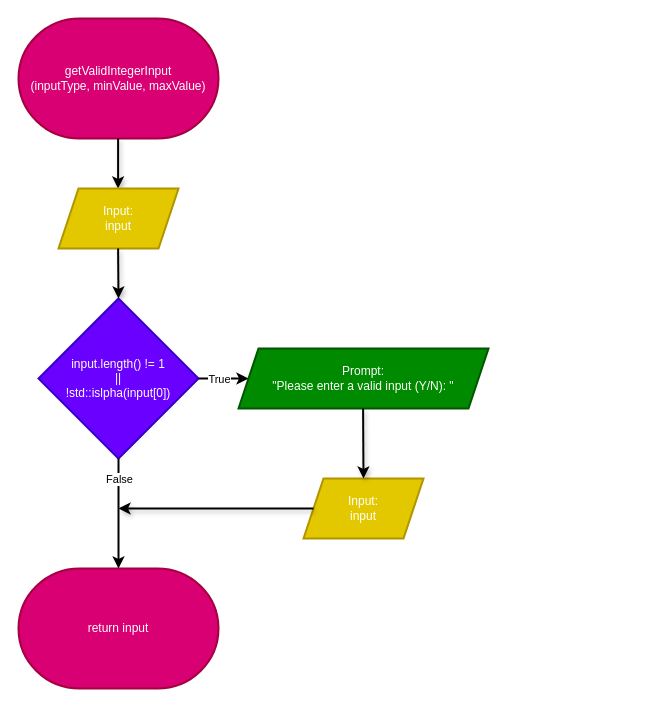
Before: Flowcharts (draw.io)/07. getValidIntegerInput.drawio in shahxvi/csc126-group-project, a draw.io diagram. Source tidied: cells renumbered, new cells numbered last; positions are measured from the earlier drawing's top-left corner, leaving out a move shared by most shapes. Both pictures are drawn from the tidied source at 100%, with x=0, y=0 at pixel (18, 18).
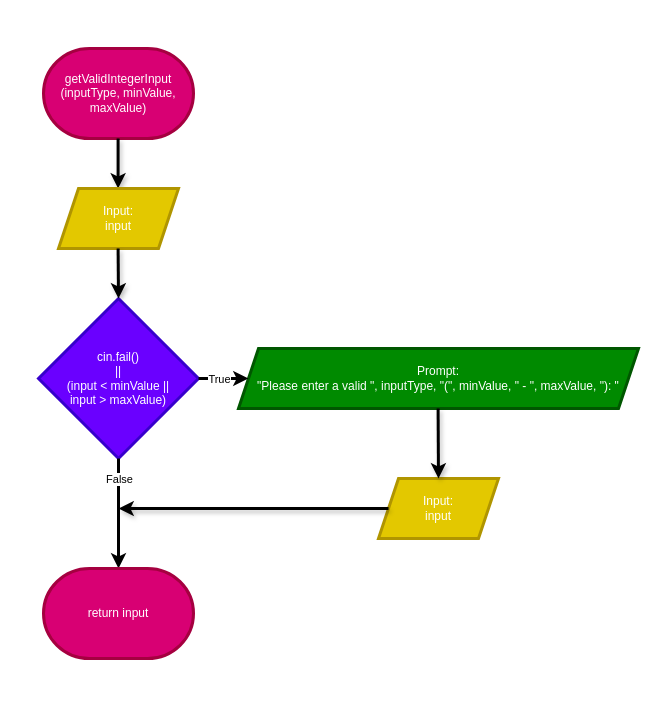
After the change.

Diff of the diagram source:
```diff
@@
-    <mxCell id="2" value="getValidIntegerInput&lt;br&gt;(inputType, minValue, maxValue)" style="strokeWidth=2;html=1;shape=mxgraph.flowchart.terminator;whiteSpace=wrap;fillColor=#d80073;fontColor=#ffffff;strokeColor=#A50040;" parent="1" vertex="1">
-      <mxGeometry width="200" height="120" as="geometry" />
+    <mxCell id="2" value="getValidIntegerInput (inputType, minValue, maxValue)" style="strokeWidth=3;html=1;shape=mxgraph.flowchart.terminator;whiteSpace=wrap;fillColor=#d80073;fontColor=#ffffff;strokeColor=#A50040;" parent="1" vertex="1">
+      <mxGeometry x="25" y="30" width="150" height="90" as="geometry" />
     </mxCell>
-    <mxCell id="3" style="edgeStyle=none;html=1;strokeWidth=2;shadow=1;textShadow=1;spacing=2;" parent="1" edge="1">
+    <mxCell id="3" style="edgeStyle=none;html=1;strokeWidth=3;shadow=1;textShadow=1;spacing=2;" parent="1" edge="1">
       <mxGeometry relative="1" as="geometry">
         <mxPoint x="99.6" y="120" as="sourcePoint" />
         <mxPoint x="99.6" y="170" as="targetPoint" />
       </mxGeometry>
     </mxCell>
-    <mxCell id="4" value="Input:&lt;br&gt;input" style="shape=parallelogram;perimeter=parallelogramPerimeter;whiteSpace=wrap;html=1;fixedSize=1;strokeWidth=2;fillColor=#e3c800;fontColor=#FFFFFF;strokeColor=#B09500;" parent="1" vertex="1">
+    <mxCell id="4" value="Input:&lt;br&gt;input" style="shape=parallelogram;perimeter=parallelogramPerimeter;whiteSpace=wrap;html=1;fixedSize=1;strokeWidth=3;fillColor=#e3c800;fontColor=#FFFFFF;strokeColor=#B09500;" parent="1" vertex="1">
       <mxGeometry x="40" y="170" width="120" height="60" as="geometry" />
     </mxCell>
-    <mxCell id="5" value="input.length() != 1&lt;br&gt;||&lt;br&gt;!std::islpha(input[0])" style="rhombus;whiteSpace=wrap;html=1;strokeWidth=2;fillColor=#6a00ff;fontColor=#ffffff;strokeColor=#3700CC;" parent="1" vertex="1">
+    <mxCell id="5" value="cin.fail()&lt;br&gt;||&lt;br&gt;(input &amp;lt; minValue ||&lt;br&gt;input &amp;gt; maxValue)" style="rhombus;whiteSpace=wrap;html=1;strokeWidth=3;fillColor=#6a00ff;fontColor=#ffffff;strokeColor=#3700CC;" parent="1" vertex="1">
       <mxGeometry x="20" y="280" width="160" height="160" as="geometry" />
     </mxCell>
-    <mxCell id="6" value="Prompt:&lt;br&gt;&quot;Please enter a valid input (Y/N): &quot;" style="shape=parallelogram;perimeter=parallelogramPerimeter;whiteSpace=wrap;html=1;fixedSize=1;strokeWidth=2;fillColor=#008a00;fontColor=#ffffff;strokeColor=#005700;" parent="1" vertex="1">
-      <mxGeometry x="220" y="330" width="250" height="60" as="geometry" />
+    <mxCell id="6" value="Prompt:&lt;br&gt;&quot;Please enter a valid &quot;, inputType, &quot;(&quot;, minValue, &quot; - &quot;, maxValue, &quot;): &quot;" style="shape=parallelogram;perimeter=parallelogramPerimeter;whiteSpace=wrap;html=1;fixedSize=1;strokeWidth=3;fillColor=#008a00;fontColor=#ffffff;strokeColor=#005700;" parent="1" vertex="1">
+      <mxGeometry x="220" y="330" width="400" height="60" as="geometry" />
     </mxCell>
-    <mxCell id="7" value="Input:&lt;br&gt;input" style="shape=parallelogram;perimeter=parallelogramPerimeter;whiteSpace=wrap;html=1;fixedSize=1;strokeWidth=2;fillColor=#e3c800;fontColor=#FFFFFF;strokeColor=#B09500;" parent="1" vertex="1">
-      <mxGeometry x="285" y="460" width="120" height="60" as="geometry" />
+    <mxCell id="7" value="Input:&lt;br&gt;input" style="shape=parallelogram;perimeter=parallelogramPerimeter;whiteSpace=wrap;html=1;fixedSize=1;strokeWidth=3;fillColor=#e3c800;fontColor=#FFFFFF;strokeColor=#B09500;" parent="1" vertex="1">
+      <mxGeometry x="360" y="460" width="120" height="60" as="geometry" />
     </mxCell>
-    <mxCell id="8" style="edgeStyle=none;html=1;strokeWidth=2;shadow=1;textShadow=1;spacing=2;entryX=0.5;entryY=0;entryDx=0;entryDy=0;" parent="1" edge="1" target="7">
+    <mxCell id="8" style="edgeStyle=none;html=1;strokeWidth=3;shadow=1;textShadow=1;spacing=2;entryX=0.5;entryY=0;entryDx=0;entryDy=0;" parent="1" edge="1" target="7">
       <mxGeometry relative="1" as="geometry">
-        <mxPoint x="344.6" y="390" as="sourcePoint" />
+        <mxPoint x="419.6" y="390" as="sourcePoint" />
       </mxGeometry>
     </mxCell>
-    <mxCell id="9" value="return input" style="strokeWidth=2;html=1;shape=mxgraph.flowchart.terminator;whiteSpace=wrap;fillColor=#d80073;fontColor=#ffffff;strokeColor=#A50040;" parent="1" vertex="1">
-      <mxGeometry y="550" width="200" height="120" as="geometry" />
-    </mxCell>
-    <mxCell id="10" style="edgeStyle=none;html=1;strokeWidth=2;shadow=1;textShadow=1;spacing=2;entryX=0.5;entryY=0;entryDx=0;entryDy=0;" parent="1" edge="1" target="5">
+    <mxCell id="10" style="edgeStyle=none;html=1;strokeWidth=3;shadow=1;textShadow=1;spacing=2;entryX=0.5;entryY=0;entryDx=0;entryDy=0;" parent="1" edge="1" target="5">
       <mxGeometry relative="1" as="geometry">
         <mxPoint x="99.6" y="230" as="sourcePoint" />
       </mxGeometry>
     </mxCell>
-    <mxCell id="11" style="edgeStyle=none;html=1;strokeWidth=2;shadow=1;textShadow=1;spacing=2;exitX=0;exitY=0.5;exitDx=0;exitDy=0;" parent="1" edge="1" source="7">
+    <mxCell id="11" style="edgeStyle=none;html=1;strokeWidth=3;shadow=1;textShadow=1;spacing=2;exitX=0;exitY=0.5;exitDx=0;exitDy=0;" parent="1" edge="1" source="7">
       <mxGeometry relative="1" as="geometry">
         <mxPoint x="100" y="490" as="targetPoint" />
       </mxGeometry>
     </mxCell>
-    <mxCell id="12" style="endArrow=classic;html=1;exitX=1;exitY=0.5;exitDx=0;exitDy=0;entryX=0;entryY=0.5;entryDx=0;entryDy=0;strokeWidth=2;" parent="1" edge="1" source="5" target="6">
+    <mxCell id="12" style="endArrow=classic;html=1;exitX=1;exitY=0.5;exitDx=0;exitDy=0;entryX=0;entryY=0.5;entryDx=0;entryDy=0;strokeWidth=3;" parent="1" edge="1" source="5" target="6">
       <mxGeometry relative="1" as="geometry" />
     </mxCell>
@@
-    <mxCell id="14" style="endArrow=classic;html=1;exitX=0.5;exitY=1;exitDx=0;exitDy=0;entryX=0.5;entryY=0;entryDx=0;entryDy=0;entryPerimeter=0;strokeWidth=2;" parent="1" edge="1" source="5" target="9">
-      <mxGeometry relative="1" as="geometry" />
+    <mxCell id="14" style="endArrow=classic;html=1;exitX=0.5;exitY=1;exitDx=0;exitDy=0;entryX=0.5;entryY=0;entryDx=0;entryDy=0;entryPerimeter=0;strokeWidth=3;" parent="1" edge="1" source="5">
+      <mxGeometry relative="1" as="geometry">
+        <mxPoint x="100" y="550" as="targetPoint" />
+      </mxGeometry>
     </mxCell>
@@
+    <mxCell id="9" value="return input" style="strokeWidth=3;html=1;shape=mxgraph.flowchart.terminator;whiteSpace=wrap;fillColor=#d80073;fontColor=#ffffff;strokeColor=#A50040;" parent="1" vertex="1">
+      <mxGeometry x="25" y="550" width="150" height="90" as="geometry" />
+    </mxCell>
```
